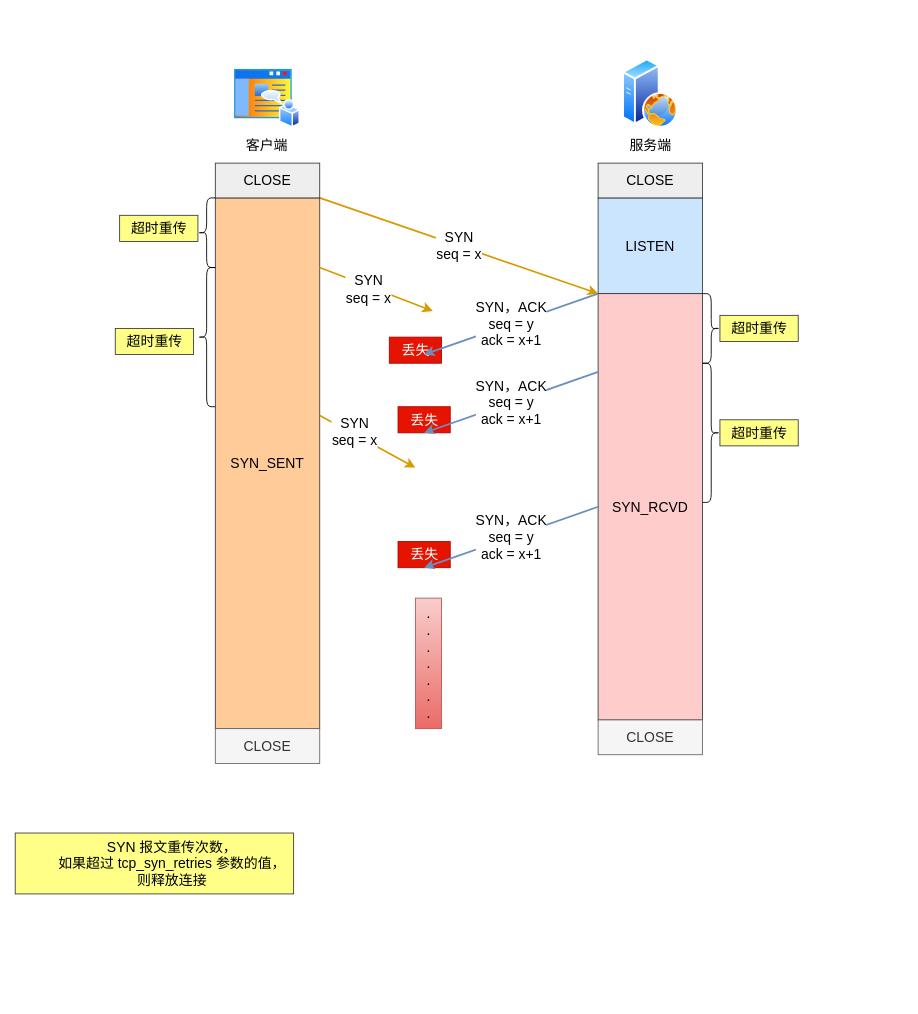
The draw.io diagram 网络/第二次握手丢失.drawio in xiaolincoder/ImageHost4, before the edit. Source tidied: cells renumbered, new cells numbered last; positions are measured from the earlier drawing's top-left corner, leaving out a move shared by most shapes. Both pictures are drawn from the tidied source at 87%, with x=0, y=0 at pixel (15, 58).
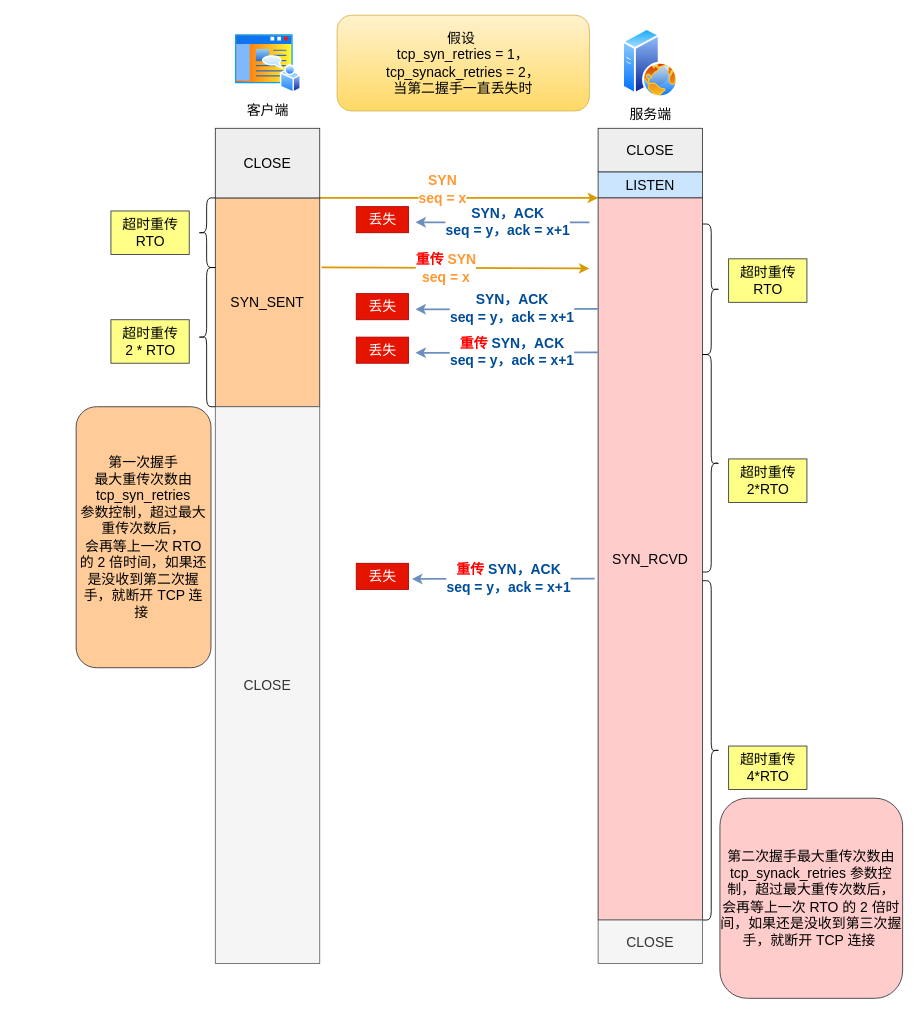
After the change.

Commit message (it also covers changes not shown here):
更新第二次握手丢失.drawio

Change to the diagram source:
```diff
@@
-    <mxCell id="2" value="丢失" style="text;html=1;align=center;verticalAlign=middle;strokeColor=#B20000;fillColor=#e51400;fontSize=16;fontColor=#ffffff;" parent="1" vertex="1">
-      <mxGeometry x="440" y="400" width="60" height="30" as="geometry" />
-    </mxCell>
+    <mxCell id="30" value="丢失" style="text;html=1;align=center;verticalAlign=middle;strokeColor=#B20000;fillColor=#e51400;fontSize=16;fontColor=#ffffff;" parent="1" vertex="1">
+      <mxGeometry x="392" y="170" width="60" height="30" as="geometry" />
+    </mxCell>
-    <mxCell id="3" value="SYN&lt;br&gt;seq = x" style="rounded=0;jettySize=auto;html=1;fontSize=16;exitX=1;exitY=0;exitDx=0;exitDy=0;fillColor=#ffcd28;gradientColor=#ffa500;strokeColor=#d79b00;strokeWidth=2;entryX=0;entryY=1;entryDx=0;entryDy=0;" parent="1" edge="1" source="4" target="6">
-      <mxGeometry relative="1" as="geometry" />
+    <mxCell id="3" value="&lt;b style=&quot;color: rgb(255, 153, 51); font-size: 16px;&quot;&gt;SYN&lt;br style=&quot;font-size: 16px;&quot;&gt;seq = x&lt;/b&gt;" style="rounded=0;jettySize=auto;html=1;fontSize=16;exitX=1;exitY=0;exitDx=0;exitDy=0;fillColor=#ffcd28;gradientColor=#ffa500;strokeColor=#d79b00;strokeWidth=2;entryX=0;entryY=1;entryDx=0;entryDy=0;" parent="1" edge="1" source="4" target="6">
+      <mxGeometry x="-0.12" y="10" relative="1" as="geometry" />
     </mxCell>
     <mxCell id="4" value="SYN_SENT" style="rounded=0;whiteSpace=wrap;html=1;fontSize=16;fillColor=#ffcc99;strokeColor=#36393d;" parent="1" vertex="1">
-      <mxGeometry x="230" y="160" width="120" height="610" as="geometry" />
+      <mxGeometry x="230" y="160" width="120" height="240" as="geometry" />
     </mxCell>
     <mxCell id="5" value="CLOSE" style="rounded=0;whiteSpace=wrap;html=1;fontSize=16;fillColor=#eeeeee;strokeColor=#36393d;" parent="1" vertex="1">
-      <mxGeometry x="230" y="120" width="120" height="40" as="geometry" />
+      <mxGeometry x="230" y="80" width="120" height="80" as="geometry" />
     </mxCell>
     <mxCell id="6" value="LISTEN" style="rounded=0;whiteSpace=wrap;html=1;fontSize=16;fillColor=#cce5ff;strokeColor=#36393d;" parent="1" vertex="1">
-      <mxGeometry x="670" y="160" width="120" height="110" as="geometry" />
+      <mxGeometry x="670" y="130" width="120" height="30" as="geometry" />
     </mxCell>
     <mxCell id="7" value="CLOSE" style="rounded=0;whiteSpace=wrap;html=1;fontSize=16;fillColor=#eeeeee;strokeColor=#36393d;" parent="1" vertex="1">
-      <mxGeometry x="670" y="120" width="120" height="40" as="geometry" />
+      <mxGeometry x="670" y="80" width="120" height="50" as="geometry" />
     </mxCell>
@@
-    <mxCell id="9" value="超时重传" style="text;html=1;align=center;verticalAlign=middle;strokeColor=#36393d;fillColor=#ffff88;fontSize=16;" parent="1" vertex="1">
-      <mxGeometry x="120" y="180" width="90" height="30" as="geometry" />
+    <mxCell id="9" value="超时重传&lt;br style=&quot;font-size: 16px;&quot;&gt;RTO" style="text;html=1;align=center;verticalAlign=middle;strokeColor=#36393d;fillColor=#ffff88;fontSize=16;" parent="1" vertex="1">
+      <mxGeometry x="110" y="175" width="90" height="50" as="geometry" />
     </mxCell>
-    <mxCell id="10" style="shape=curlyBracket;whiteSpace=wrap;html=1;rounded=1;fontSize=16;" parent="1" vertex="1">
-      <mxGeometry x="210" y="240" width="20" height="160" as="geometry" />
-    </mxCell>
-    <mxCell id="11" value="超时重传" style="text;html=1;align=center;verticalAlign=middle;strokeColor=#36393d;fillColor=#ffff88;fontSize=16;" parent="1" vertex="1">
-      <mxGeometry x="115" y="310" width="90" height="30" as="geometry" />
-    </mxCell>
-    <mxCell id="12" value="SYN&lt;br&gt;seq = x" style="rounded=0;orthogonalLoop=1;jettySize=auto;html=1;fontSize=16;exitX=1;exitY=0;exitDx=0;exitDy=0;fillColor=#ffcd28;gradientColor=#ffa500;strokeColor=#d79b00;strokeWidth=2;" parent="1" edge="1">
-      <mxGeometry x="-0.29" y="2" relative="1" as="geometry">
-        <mxPoint x="350" y="410" as="sourcePoint" />
-        <mxPoint x="460" y="470" as="targetPoint" />
-      </mxGeometry>
-    </mxCell>
-    <mxCell id="13" value="&lt;blockquote style=&quot;margin: 0 0 0 40px; border: none; padding: 0px;&quot;&gt;SYN 报文重传次数，&lt;/blockquote&gt;&lt;blockquote style=&quot;margin: 0 0 0 40px; border: none; padding: 0px;&quot;&gt;&lt;span style=&quot;background-color: initial;&quot;&gt;如果超过 tcp_syn_retries 参数的值，&lt;/span&gt;&lt;/blockquote&gt;&lt;blockquote style=&quot;margin: 0 0 0 40px; border: none; padding: 0px;&quot;&gt;则释放连接&lt;/blockquote&gt;" style="text;html=1;align=center;verticalAlign=middle;strokeColor=#36393d;fillColor=#ffff88;fontSize=16;" parent="1" vertex="1">
-      <mxGeometry y="890" width="320" height="70" as="geometry" />
-    </mxCell>
-    <mxCell id="14" value=".&lt;br&gt;.&lt;br&gt;.&lt;br&gt;.&lt;br&gt;.&lt;br&gt;.&lt;br&gt;.&lt;br&gt;" style="text;html=1;align=center;verticalAlign=middle;strokeColor=#b85450;fillColor=#f8cecc;fontSize=16;gradientColor=#ea6b66;" parent="1" vertex="1">
-      <mxGeometry x="460" y="620" width="30" height="150" as="geometry" />
-    </mxCell>
     <mxCell id="15" value="CLOSE" style="rounded=0;whiteSpace=wrap;html=1;fontSize=16;fillColor=#f5f5f5;fontColor=#333333;strokeColor=#666666;" parent="1" vertex="1">
-      <mxGeometry x="230" y="770" width="120" height="40" as="geometry" />
+      <mxGeometry x="230" y="400" width="120" height="640" as="geometry" />
     </mxCell>
-    <mxCell id="16" value="丢失" style="text;html=1;align=center;verticalAlign=middle;strokeColor=#B20000;fillColor=#e51400;fontSize=16;fontColor=#ffffff;" parent="1" vertex="1">
-      <mxGeometry x="430" y="320" width="60" height="30" as="geometry" />
-    </mxCell>
     <mxCell id="17" value="客户端" style="perimeter=ellipsePerimeter;html=1;align=center;shadow=0;dashed=0;spacingTop=3;image;image=img/lib/active_directory/home_page.svg;fontSize=16;" parent="1" vertex="1">
-      <mxGeometry x="250" y="10" width="77.8" height="70" as="geometry" />
+      <mxGeometry x="251.1" y="-30" width="77.8" height="70" as="geometry" />
     </mxCell>
     <mxCell id="18" value="服务端" style="perimeter=ellipsePerimeter;html=1;align=center;shadow=0;dashed=0;spacingTop=3;image;image=img/lib/active_directory/web_server.svg;fontSize=16;" parent="1" vertex="1">
-      <mxGeometry x="698" width="64" height="80" as="geometry" />
+      <mxGeometry x="698" y="-35" width="64" height="80" as="geometry" />
     </mxCell>
     <mxCell id="19" value="SYN_RCVD" style="rounded=0;whiteSpace=wrap;html=1;fontSize=16;fillColor=#ffcccc;strokeColor=#36393d;" parent="1" vertex="1">
-      <mxGeometry x="670" y="270" width="120" height="490" as="geometry" />
+      <mxGeometry x="670" y="160" width="120" height="830" as="geometry" />
     </mxCell>
-    <mxCell id="20" value="SYN，ACK&lt;br&gt;seq = y&lt;br&gt;ack = x+1" style="rounded=0;jettySize=auto;html=1;fontSize=16;exitX=0;exitY=0;exitDx=0;exitDy=0;fillColor=#dae8fc;strokeColor=#6c8ebf;strokeWidth=2;" parent="1" edge="1" source="19">
-      <mxGeometry relative="1" as="geometry">
-        <mxPoint x="470" y="340" as="targetPoint" />
+    <mxCell id="20" value="&lt;font color=&quot;#004c99&quot; style=&quot;font-size: 16px;&quot;&gt;&lt;b style=&quot;font-size: 16px;&quot;&gt;SYN，ACK&lt;br style=&quot;font-size: 16px;&quot;&gt;seq = y，ack = x+1&lt;/b&gt;&lt;/font&gt;" style="rounded=0;orthogonalLoop=1;jettySize=auto;html=1;fontSize=16;fillColor=#dae8fc;strokeColor=#6c8ebf;strokeWidth=2;" parent="1" edge="1">
+      <mxGeometry x="-0.06" y="-1" relative="1" as="geometry">
+        <mxPoint x="660" y="188" as="sourcePoint" />
+        <mxPoint x="460" y="188" as="targetPoint" />
       </mxGeometry>
     </mxCell>
-    <mxCell id="21" value="SYN&lt;br&gt;seq = x" style="rounded=0;orthogonalLoop=1;jettySize=auto;html=1;fontSize=16;exitX=1;exitY=0;exitDx=0;exitDy=0;fillColor=#ffcd28;gradientColor=#ffa500;strokeColor=#d79b00;strokeWidth=2;" parent="1" edge="1">
-      <mxGeometry x="-0.13" y="-3" relative="1" as="geometry">
-        <mxPoint x="350" y="240" as="sourcePoint" />
-        <mxPoint x="480" y="290" as="targetPoint" />
+    <mxCell id="21" value="&lt;b style=&quot;color: rgb(255, 0, 0); font-size: 16px;&quot;&gt;重传&amp;nbsp;&lt;/b&gt;&lt;b style=&quot;color: rgb(255, 153, 51); font-size: 16px;&quot;&gt;SYN&lt;br style=&quot;font-size: 16px;&quot;&gt;seq = x&lt;/b&gt;" style="rounded=0;jettySize=auto;html=1;fontSize=16;fillColor=#ffcd28;gradientColor=#ffa500;strokeColor=#d79b00;strokeWidth=2;exitX=1.017;exitY=0.333;exitDx=0;exitDy=0;exitPerimeter=0;" parent="1" edge="1" source="4">
+      <mxGeometry x="-0.07" y="-1" relative="1" as="geometry">
+        <mxPoint x="660" y="241" as="targetPoint" />
       </mxGeometry>
     </mxCell>
     <mxCell id="22" style="shape=curlyBracket;whiteSpace=wrap;html=1;rounded=1;fontSize=16;rotation=-180;" parent="1" vertex="1">
-      <mxGeometry x="790" y="270" width="20" height="80" as="geometry" />
+      <mxGeometry x="790" y="190" width="20" height="150" as="geometry" />
     </mxCell>
-    <mxCell id="23" value="超时重传" style="text;html=1;align=center;verticalAlign=middle;strokeColor=#36393d;fillColor=#ffff88;fontSize=16;" parent="1" vertex="1">
-      <mxGeometry x="810" y="295" width="90" height="30" as="geometry" />
+    <mxCell id="23" value="超时重传&lt;br style=&quot;font-size: 16px;&quot;&gt;RTO" style="text;html=1;align=center;verticalAlign=middle;strokeColor=#36393d;fillColor=#ffff88;fontSize=16;" parent="1" vertex="1">
+      <mxGeometry x="820" y="230" width="90" height="50" as="geometry" />
     </mxCell>
-    <mxCell id="24" value="SYN，ACK&lt;br&gt;seq = y&lt;br&gt;ack = x+1" style="rounded=0;orthogonalLoop=1;jettySize=auto;html=1;fontSize=16;exitX=0;exitY=0;exitDx=0;exitDy=0;fillColor=#dae8fc;strokeColor=#6c8ebf;strokeWidth=2;" parent="1" edge="1">
-      <mxGeometry relative="1" as="geometry">
-        <mxPoint x="670" y="360" as="sourcePoint" />
-        <mxPoint x="470" y="430" as="targetPoint" />
-      </mxGeometry>
-    </mxCell>
+    <mxCell id="31" value="丢失" style="text;html=1;align=center;verticalAlign=middle;strokeColor=#B20000;fillColor=#e51400;fontSize=16;fontColor=#ffffff;" parent="1" vertex="1">
+      <mxGeometry x="392" y="270" width="60" height="30" as="geometry" />
+    </mxCell>
+    <mxCell id="32" value="&lt;font color=&quot;#004c99&quot; style=&quot;font-size: 16px;&quot;&gt;&lt;b style=&quot;font-size: 16px;&quot;&gt;SYN，ACK&lt;br style=&quot;font-size: 16px;&quot;&gt;seq = y，ack = x+1&lt;/b&gt;&lt;/font&gt;" style="rounded=0;orthogonalLoop=1;jettySize=auto;html=1;fontSize=16;exitX=0;exitY=0.25;exitDx=0;exitDy=0;fillColor=#dae8fc;strokeColor=#6c8ebf;strokeWidth=2;" parent="1" edge="1">
+      <mxGeometry x="-0.06" y="-1" relative="1" as="geometry">
+        <mxPoint x="670" y="287.5" as="sourcePoint" />
+        <mxPoint x="460" y="288" as="targetPoint" />
+      </mxGeometry>
+    </mxCell>
+    <mxCell id="33" value="丢失" style="text;html=1;align=center;verticalAlign=middle;strokeColor=#B20000;fillColor=#e51400;fontSize=16;fontColor=#ffffff;" parent="1" vertex="1">
+      <mxGeometry x="392" y="320" width="60" height="30" as="geometry" />
+    </mxCell>
+    <mxCell id="34" value="&lt;b style=&quot;font-size: 16px;&quot;&gt;&lt;font color=&quot;#ff0000&quot; style=&quot;font-size: 16px;&quot;&gt;重传&lt;/font&gt;&lt;font color=&quot;#004c99&quot; style=&quot;font-size: 16px;&quot;&gt; SYN，ACK&lt;/font&gt;&lt;br style=&quot;font-size: 16px;&quot;&gt;&lt;font color=&quot;#004c99&quot; style=&quot;font-size: 16px;&quot;&gt;seq = y，ack = x+1&lt;/font&gt;&lt;/b&gt;" style="rounded=0;orthogonalLoop=1;jettySize=auto;html=1;fontSize=16;exitX=0;exitY=0.25;exitDx=0;exitDy=0;fillColor=#dae8fc;strokeColor=#6c8ebf;strokeWidth=2;" parent="1" edge="1">
+      <mxGeometry x="-0.06" y="-1" relative="1" as="geometry">
+        <mxPoint x="670" y="337.5" as="sourcePoint" />
+        <mxPoint x="460" y="338" as="targetPoint" />
+      </mxGeometry>
+    </mxCell>
+    <mxCell id="35" style="shape=curlyBracket;whiteSpace=wrap;html=1;rounded=1;fontSize=16;rotation=-180;" parent="1" vertex="1">
+      <mxGeometry x="790" y="340" width="20" height="250" as="geometry" />
+    </mxCell>
+    <mxCell id="36" value="超时重传&lt;br style=&quot;font-size: 16px;&quot;&gt;2*RTO" style="text;html=1;align=center;verticalAlign=middle;strokeColor=#36393d;fillColor=#ffff88;fontSize=16;" parent="1" vertex="1">
+      <mxGeometry x="820" y="460" width="90" height="50" as="geometry" />
+    </mxCell>
+    <mxCell id="37" value="丢失" style="text;html=1;align=center;verticalAlign=middle;strokeColor=#B20000;fillColor=#e51400;fontSize=16;fontColor=#ffffff;" parent="1" vertex="1">
+      <mxGeometry x="392" y="580" width="60" height="30" as="geometry" />
+    </mxCell>
+    <mxCell id="38" value="&lt;b style=&quot;font-size: 16px;&quot;&gt;&lt;font color=&quot;#ff0000&quot; style=&quot;font-size: 16px;&quot;&gt;重传&lt;/font&gt;&lt;font color=&quot;#004c99&quot; style=&quot;font-size: 16px;&quot;&gt; SYN，ACK&lt;/font&gt;&lt;br style=&quot;font-size: 16px;&quot;&gt;&lt;font color=&quot;#004c99&quot; style=&quot;font-size: 16px;&quot;&gt;seq = y，ack = x+1&lt;/font&gt;&lt;/b&gt;" style="rounded=0;orthogonalLoop=1;jettySize=auto;html=1;fontSize=16;exitX=0;exitY=0.25;exitDx=0;exitDy=0;fillColor=#dae8fc;strokeColor=#6c8ebf;strokeWidth=2;" parent="1" edge="1">
+      <mxGeometry x="-0.06" y="-1" relative="1" as="geometry">
+        <mxPoint x="666" y="597.5" as="sourcePoint" />
+        <mxPoint x="456" y="598" as="targetPoint" />
+      </mxGeometry>
+    </mxCell>
+    <mxCell id="39" value="第二次握手最大重传次数由&lt;br style=&quot;font-size: 16px;&quot;&gt;tcp_synack_retries 参数控制，超过最大重传次数后，&lt;br&gt;会再等上一次 RTO 的 2 倍时间，如果还是没收到第三次握手，就断开 TCP 连接&amp;nbsp;" style="rounded=1;whiteSpace=wrap;html=1;fontSize=16;fillColor=#ffcccc;strokeColor=#36393d;" parent="1" vertex="1">
+      <mxGeometry x="810" y="850" width="210" height="230" as="geometry" />
+    </mxCell>
+    <mxCell id="40" value="第一次握手&lt;br&gt;最大重传次数由tcp_syn_retries &lt;br&gt;参数控制，超过最大重传次数后，&lt;br&gt;会再等上一次 RTO 的 2 倍时间，如果还是没收到第二次握手，就断开 TCP 连接&amp;nbsp;" style="rounded=1;whiteSpace=wrap;html=1;fontSize=16;fillColor=#ffcc99;strokeColor=#36393d;" parent="1" vertex="1">
+      <mxGeometry x="70" y="400" width="155" height="300" as="geometry" />
+    </mxCell>
+    <mxCell id="41" style="shape=curlyBracket;whiteSpace=wrap;html=1;rounded=1;fontSize=16;rotation=-180;" parent="1" vertex="1">
+      <mxGeometry x="790" y="600" width="20" height="390" as="geometry" />
+    </mxCell>
+    <mxCell id="42" value="超时重传&lt;br style=&quot;font-size: 16px;&quot;&gt;4*RTO" style="text;html=1;align=center;verticalAlign=middle;strokeColor=#36393d;fillColor=#ffff88;fontSize=16;" parent="1" vertex="1">
+      <mxGeometry x="820" y="790" width="90" height="50" as="geometry" />
+    </mxCell>
+    <mxCell id="10" style="shape=curlyBracket;whiteSpace=wrap;html=1;rounded=1;fontSize=16;" parent="1" vertex="1">
+      <mxGeometry x="210" y="240" width="20" height="160" as="geometry" />
+    </mxCell>
+    <mxCell id="43" value="超时重传&lt;br style=&quot;font-size: 16px;&quot;&gt;2 * RTO" style="text;html=1;align=center;verticalAlign=middle;strokeColor=#36393d;fillColor=#ffff88;fontSize=16;" parent="1" vertex="1">
+      <mxGeometry x="110" y="300" width="90" height="50" as="geometry" />
+    </mxCell>
     <mxCell id="25" value="CLOSE" style="rounded=0;whiteSpace=wrap;html=1;fontSize=16;fillColor=#f5f5f5;fontColor=#333333;strokeColor=#666666;" parent="1" vertex="1">
-      <mxGeometry x="670" y="760" width="120" height="40" as="geometry" />
+      <mxGeometry x="670" y="990" width="120" height="50" as="geometry" />
     </mxCell>
-    <mxCell id="26" style="shape=curlyBracket;whiteSpace=wrap;html=1;rounded=1;fontSize=16;rotation=-180;" parent="1" vertex="1">
-      <mxGeometry x="790" y="350" width="20" height="160" as="geometry" />
-    </mxCell>
-    <mxCell id="27" value="超时重传" style="text;html=1;align=center;verticalAlign=middle;strokeColor=#36393d;fillColor=#ffff88;fontSize=16;" parent="1" vertex="1">
-      <mxGeometry x="810" y="415" width="90" height="30" as="geometry" />
-    </mxCell>
-    <mxCell id="28" value="丢失" style="text;html=1;align=center;verticalAlign=middle;strokeColor=#B20000;fillColor=#e51400;fontSize=16;fontColor=#ffffff;" parent="1" vertex="1">
-      <mxGeometry x="440" y="555" width="60" height="30" as="geometry" />
-    </mxCell>
-    <mxCell id="29" value="SYN，ACK&lt;br&gt;seq = y&lt;br&gt;ack = x+1" style="rounded=0;orthogonalLoop=1;jettySize=auto;html=1;fontSize=16;exitX=0;exitY=0;exitDx=0;exitDy=0;fillColor=#dae8fc;strokeColor=#6c8ebf;strokeWidth=2;" parent="1" edge="1">
-      <mxGeometry relative="1" as="geometry">
-        <mxPoint x="670" y="515" as="sourcePoint" />
-        <mxPoint x="470" y="585" as="targetPoint" />
-      </mxGeometry>
-    </mxCell>
+    <mxCell id="44" value="假设&amp;nbsp;&lt;br&gt;&lt;span style=&quot;color: rgb(0, 0, 0);&quot;&gt;tcp_syn_retries = 1，&lt;br&gt;&lt;/span&gt;&lt;span style=&quot;color: rgb(0, 0, 0);&quot;&gt;tcp_synack_retries = 2，&lt;br&gt;当第二握手一直丢失时&lt;/span&gt;" style="rounded=1;whiteSpace=wrap;html=1;fontSize=16;fillColor=#fff2cc;gradientColor=#ffd966;strokeColor=#d6b656;" parent="1" vertex="1">
+      <mxGeometry x="370" y="-50" width="290" height="110" as="geometry" />
+    </mxCell>
```
